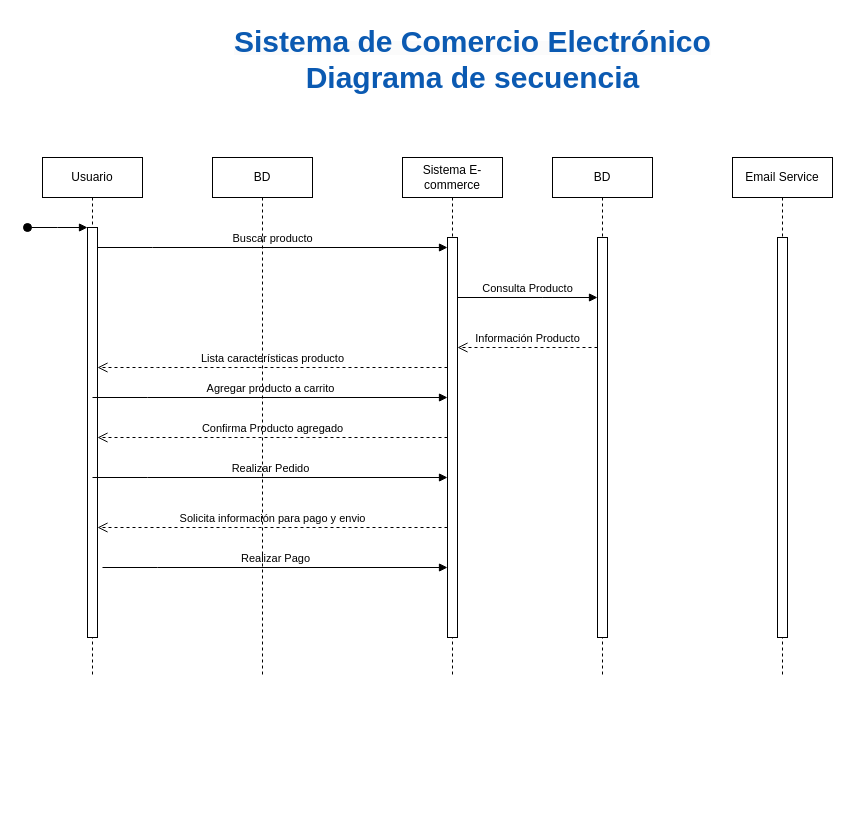
This is page "Página-2" (2 of 2) of Comercio-electronico.drawio from jeacevedo92/Diagramas-Arquitectura, a draw.io file, before an edit. Source tidied: cells renumbered, new cells numbered last; positions are measured from the earlier drawing's top-left corner, leaving out a move shared by most shapes. Both pictures are drawn from the tidied source at 100%, with x=0, y=0 at pixel (27, 17).
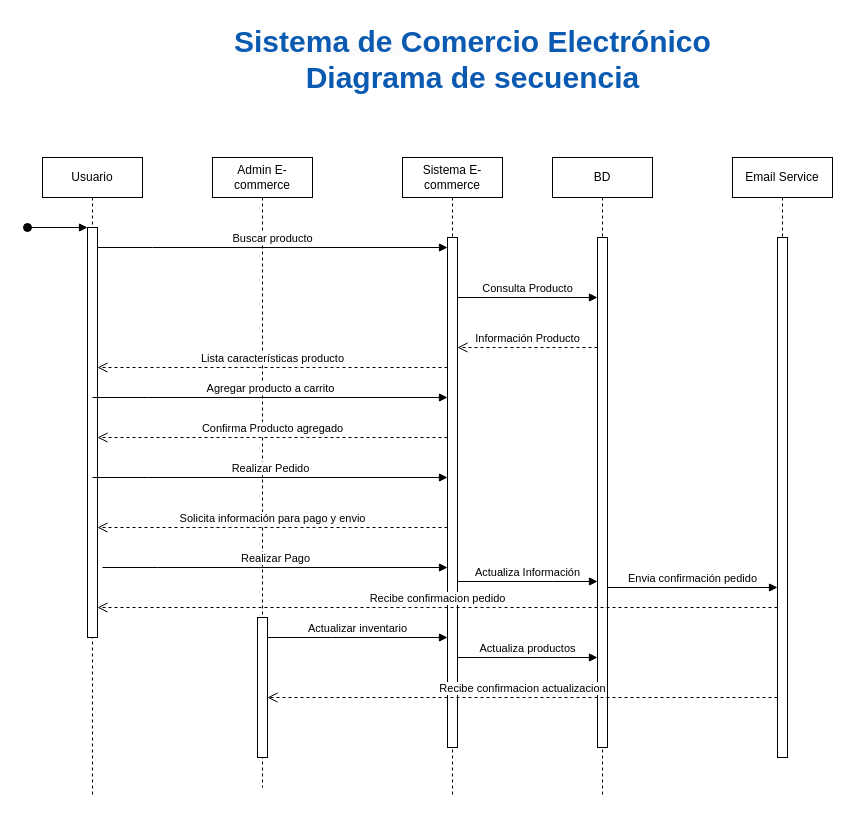
Above is the later version.

Unchanged cells that the change refers to:
```xml
<mxCell id="3" style="html=1;points=[];perimeter=orthogonalPerimeter;outlineConnect=0;targetShapes=umlLifeline;portConstraint=eastwest;newEdgeStyle={&quot;edgeStyle&quot;:&quot;elbowEdgeStyle&quot;,&quot;elbow&quot;:&quot;vertical&quot;,&quot;curved&quot;:0,&quot;rounded&quot;:0};" parent="2" vertex="1">
  <mxGeometry x="45" y="70" width="10" height="410" as="geometry" />
</mxCell>
```

The edit, as a diff of the source:
```diff
@@
     <mxCell id="2" value="Usuario" style="shape=umlLifeline;perimeter=lifelinePerimeter;whiteSpace=wrap;html=1;newEdgeStyle={&quot;edgeStyle&quot;:&quot;elbowEdgeStyle&quot;,&quot;elbow&quot;:&quot;vertical&quot;,&quot;curved&quot;:0,&quot;rounded&quot;:0};" parent="1" vertex="1">
-      <mxGeometry x="15" y="140" width="100" height="520" as="geometry" />
+      <mxGeometry x="15" y="140" width="100" height="640" as="geometry" />
     </mxCell>
@@
-    <mxCell id="5" value="Buscar producto" style="html=1;verticalAlign=bottom;endArrow=block;edgeStyle=elbowEdgeStyle;elbow=horizontal;curved=0;rounded=0;" parent="1" edge="1" source="3" target="8">
-      <mxGeometry relative="1" as="geometry">
-        <Array as="points">
-          <mxPoint x="125" y="230" />
-        </Array>
-      </mxGeometry>
-    </mxCell>
@@
     <mxCell id="7" value="Sistema E-commerce" style="shape=umlLifeline;perimeter=lifelinePerimeter;whiteSpace=wrap;html=1;newEdgeStyle={&quot;edgeStyle&quot;:&quot;elbowEdgeStyle&quot;,&quot;elbow&quot;:&quot;vertical&quot;,&quot;curved&quot;:0,&quot;rounded&quot;:0};" parent="1" vertex="1">
-      <mxGeometry x="375" y="140" width="100" height="520" as="geometry" />
+      <mxGeometry x="375" y="140" width="100" height="640" as="geometry" />
     </mxCell>
     <mxCell id="8" style="html=1;points=[];perimeter=orthogonalPerimeter;outlineConnect=0;targetShapes=umlLifeline;portConstraint=eastwest;newEdgeStyle={&quot;edgeStyle&quot;:&quot;elbowEdgeStyle&quot;,&quot;elbow&quot;:&quot;vertical&quot;,&quot;curved&quot;:0,&quot;rounded&quot;:0};" parent="7" vertex="1">
-      <mxGeometry x="45" y="80" width="10" height="400" as="geometry" />
+      <mxGeometry x="45" y="80" width="10" height="510" as="geometry" />
     </mxCell>
     <mxCell id="9" value="BD" style="shape=umlLifeline;perimeter=lifelinePerimeter;whiteSpace=wrap;html=1;newEdgeStyle={&quot;edgeStyle&quot;:&quot;elbowEdgeStyle&quot;,&quot;elbow&quot;:&quot;vertical&quot;,&quot;curved&quot;:0,&quot;rounded&quot;:0};" parent="1" vertex="1">
-      <mxGeometry x="525" y="140" width="100" height="520" as="geometry" />
+      <mxGeometry x="525" y="140" width="100" height="640" as="geometry" />
     </mxCell>
     <mxCell id="10" style="html=1;points=[];perimeter=orthogonalPerimeter;outlineConnect=0;targetShapes=umlLifeline;portConstraint=eastwest;newEdgeStyle={&quot;edgeStyle&quot;:&quot;elbowEdgeStyle&quot;,&quot;elbow&quot;:&quot;vertical&quot;,&quot;curved&quot;:0,&quot;rounded&quot;:0};" parent="9" vertex="1">
-      <mxGeometry x="45" y="80" width="10" height="400" as="geometry" />
+      <mxGeometry x="45" y="80" width="10" height="510" as="geometry" />
     </mxCell>
     <mxCell id="11" value="Email Service" style="shape=umlLifeline;perimeter=lifelinePerimeter;whiteSpace=wrap;html=1;newEdgeStyle={&quot;edgeStyle&quot;:&quot;elbowEdgeStyle&quot;,&quot;elbow&quot;:&quot;vertical&quot;,&quot;curved&quot;:0,&quot;rounded&quot;:0};" parent="1" vertex="1">
-      <mxGeometry x="705" y="140" width="100" height="520" as="geometry" />
+      <mxGeometry x="705" y="140" width="100" height="600" as="geometry" />
     </mxCell>
     <mxCell id="12" style="html=1;points=[];perimeter=orthogonalPerimeter;outlineConnect=0;targetShapes=umlLifeline;portConstraint=eastwest;newEdgeStyle={&quot;edgeStyle&quot;:&quot;elbowEdgeStyle&quot;,&quot;elbow&quot;:&quot;vertical&quot;,&quot;curved&quot;:0,&quot;rounded&quot;:0};" parent="11" vertex="1">
-      <mxGeometry x="45" y="80" width="10" height="400" as="geometry" />
+      <mxGeometry x="45" y="80" width="10" height="520" as="geometry" />
     </mxCell>
@@
+    <mxCell id="21" value="Admin E-commerce" style="shape=umlLifeline;perimeter=lifelinePerimeter;whiteSpace=wrap;html=1;newEdgeStyle={&quot;edgeStyle&quot;:&quot;elbowEdgeStyle&quot;,&quot;elbow&quot;:&quot;vertical&quot;,&quot;curved&quot;:0,&quot;rounded&quot;:0};" parent="1" vertex="1">
+      <mxGeometry x="185" y="140" width="100" height="630" as="geometry" />
+    </mxCell>
+    <mxCell id="22" style="html=1;points=[];perimeter=orthogonalPerimeter;outlineConnect=0;targetShapes=umlLifeline;portConstraint=eastwest;newEdgeStyle={&quot;edgeStyle&quot;:&quot;elbowEdgeStyle&quot;,&quot;elbow&quot;:&quot;vertical&quot;,&quot;curved&quot;:0,&quot;rounded&quot;:0};" parent="21" vertex="1">
+      <mxGeometry x="45" y="460" width="10" height="140" as="geometry" />
+    </mxCell>
+    <mxCell id="5" value="Buscar producto" style="html=1;verticalAlign=bottom;endArrow=block;edgeStyle=elbowEdgeStyle;elbow=horizontal;curved=0;rounded=0;" parent="1" edge="1" source="3" target="8">
+      <mxGeometry relative="1" as="geometry">
+        <Array as="points">
+          <mxPoint x="125" y="230" />
+        </Array>
+      </mxGeometry>
+    </mxCell>
@@
-    <mxCell id="21" value="BD" style="shape=umlLifeline;perimeter=lifelinePerimeter;whiteSpace=wrap;html=1;newEdgeStyle={&quot;edgeStyle&quot;:&quot;elbowEdgeStyle&quot;,&quot;elbow&quot;:&quot;vertical&quot;,&quot;curved&quot;:0,&quot;rounded&quot;:0};" parent="1" vertex="1">
-      <mxGeometry x="185" y="140" width="100" height="520" as="geometry" />
-    </mxCell>
+    <mxCell id="23" value="Actualizar inventario" style="html=1;verticalAlign=bottom;endArrow=block;edgeStyle=elbowEdgeStyle;elbow=horizontal;curved=0;rounded=0;" parent="1" edge="1" source="22" target="8">
+      <mxGeometry relative="1" as="geometry">
+        <Array as="points">
+          <mxPoint x="305" y="620" />
+        </Array>
+      </mxGeometry>
+    </mxCell>
+    <mxCell id="24" value="Actualiza productos" style="html=1;verticalAlign=bottom;endArrow=block;edgeStyle=elbowEdgeStyle;elbow=horizontal;curved=0;rounded=0;" parent="1" edge="1" source="8" target="10">
+      <mxGeometry relative="1" as="geometry">
+        <Array as="points">
+          <mxPoint x="510.3" y="640" />
+        </Array>
+      </mxGeometry>
+    </mxCell>
+    <mxCell id="25" value="Actualiza Información" style="html=1;verticalAlign=bottom;endArrow=block;edgeStyle=elbowEdgeStyle;elbow=horizontal;curved=0;rounded=0;" parent="1" edge="1" source="8" target="10">
+      <mxGeometry relative="1" as="geometry">
+        <Array as="points">
+          <mxPoint x="525.3" y="564" />
+        </Array>
+      </mxGeometry>
+    </mxCell>
+    <mxCell id="26" value="Envia confirmación pedido" style="html=1;verticalAlign=bottom;endArrow=block;edgeStyle=elbowEdgeStyle;elbow=horizontal;curved=0;rounded=0;" parent="1" edge="1" source="10" target="12">
+      <mxGeometry relative="1" as="geometry">
+        <Array as="points">
+          <mxPoint x="720.3" y="570" />
+        </Array>
+      </mxGeometry>
+    </mxCell>
+    <mxCell id="27" value="Recibe confirmacion pedido" style="html=1;verticalAlign=bottom;endArrow=open;dashed=1;endSize=8;edgeStyle=elbowEdgeStyle;elbow=vertical;curved=0;rounded=0;" parent="1" edge="1" source="12" target="3">
+      <mxGeometry relative="1" as="geometry">
+        <Array as="points">
+          <mxPoint x="615" y="590" />
+        </Array>
+      </mxGeometry>
+    </mxCell>
+    <mxCell id="28" value="Recibe confirmacion actualizacion" style="html=1;verticalAlign=bottom;endArrow=open;dashed=1;endSize=8;edgeStyle=elbowEdgeStyle;elbow=vertical;curved=0;rounded=0;" parent="1" edge="1" source="12" target="22">
+      <mxGeometry relative="1" as="geometry">
+        <Array as="points">
+          <mxPoint x="630" y="680" />
+        </Array>
+      </mxGeometry>
+    </mxCell>
```
